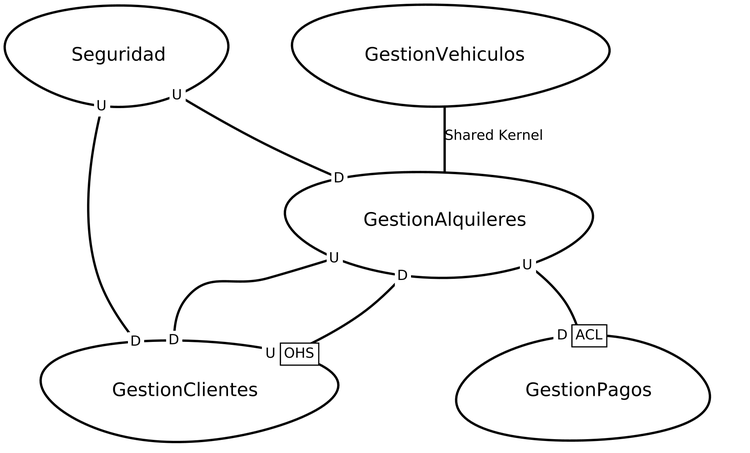
Above: src-gen/systemalquiler_ContextMap.png in Henry-AbantoV/cmAlquiler (Graphviz), before the change. Its source is kept beside it as src-gen/systemalquiler_ContextMap.gv.
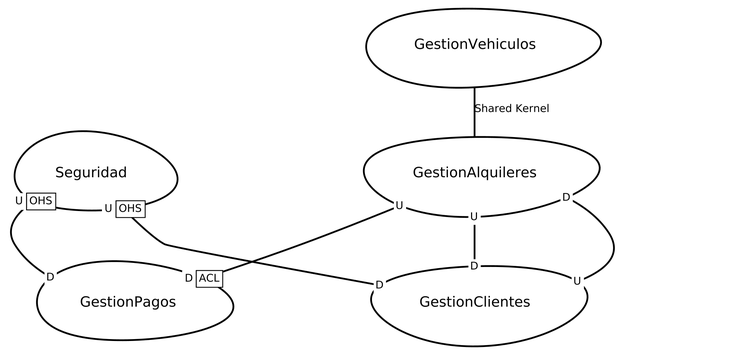
The same file after the commit.

The edit, as a diff of the source:
```diff
@@ -1,34 +1,34 @@
 digraph "ContextMapGraph" {
 graph ["imagepath"="/tmp/GraphvizJava"]
-"GestionAlquileres" ["margin"="0.3","orientation"="238","shape"="egg","fontsize"="16","style"="bold","label"="GestionAlquileres\n","fontname"="sans-serif"]
-"GestionPagos" ["margin"="0.3","orientation"="326","shape"="egg","fontsize"="16","style"="bold","label"="GestionPagos\n","fontname"="sans-serif"]
-"GestionClientes" ["margin"="0.3","orientation"="313","shape"="egg","fontsize"="16","style"="bold","label"="GestionClientes\n","fontname"="sans-serif"]
-"GestionVehiculos" ["margin"="0.3","orientation"="268","shape"="egg","fontsize"="16","style"="bold","label"="GestionVehiculos\n","fontname"="sans-serif"]
-"Seguridad" ["margin"="0.3","orientation"="150","shape"="egg","fontsize"="16","style"="bold","label"="Seguridad\n","fontname"="sans-serif"]
+"GestionAlquileres" ["margin"="0.3","orientation"="156","shape"="egg","fontsize"="16","style"="bold","label"="GestionAlquileres\n","fontname"="sans-serif"]
+"GestionClientes" ["margin"="0.3","orientation"="146","shape"="egg","fontsize"="16","style"="bold","label"="GestionClientes\n","fontname"="sans-serif"]
+"GestionPagos" ["margin"="0.3","orientation"="119","shape"="egg","fontsize"="16","style"="bold","label"="GestionPagos\n","fontname"="sans-serif"]
+"GestionVehiculos" ["margin"="0.3","orientation"="109","shape"="egg","fontsize"="16","style"="bold","label"="GestionVehiculos\n","fontname"="sans-serif"]
+"Seguridad" ["margin"="0.3","orientation"="275","shape"="egg","fontsize"="16","style"="bold","label"="Seguridad\n","fontname"="sans-serif"]
+"GestionAlquileres" -> "GestionClientes" ["headlabel"=<<table cellspacing="0" cellborder="0" border="0">
+<tr><td bgcolor="white">D</td></tr>
+</table>>,"labeldistance"="0","fontsize"="12","taillabel"=<<table cellspacing="0" cellborder="0" border="0">
+<tr><td bgcolor="white">U</td></tr>
+</table>>,"style"="bold","label"="                                        ","dir"="none","fontname"="sans-serif"]
 "GestionAlquileres" -> "GestionPagos" ["headlabel"=<<table cellspacing="0" cellborder="1" border="0">
 <tr><td bgcolor="white" sides="r">D</td><td sides="trbl" bgcolor="white"><font>ACL</font></td></tr>
 </table>>,"labeldistance"="0","fontsize"="12","taillabel"=<<table cellspacing="0" cellborder="0" border="0">
 <tr><td bgcolor="white">U</td></tr>
 </table>>,"style"="bold","label"="                                        ","dir"="none","fontname"="sans-serif"]
-"GestionAlquileres" -> "GestionClientes" ["headlabel"=<<table cellspacing="0" cellborder="0" border="0">
+"GestionClientes" -> "GestionAlquileres" ["headlabel"=<<table cellspacing="0" cellborder="0" border="0">
 <tr><td bgcolor="white">D</td></tr>
 </table>>,"labeldistance"="0","fontsize"="12","taillabel"=<<table cellspacing="0" cellborder="0" border="0">
 <tr><td bgcolor="white">U</td></tr>
 </table>>,"style"="bold","label"="                                        ","dir"="none","fontname"="sans-serif"]
-"GestionClientes" -> "GestionAlquileres" ["headlabel"=<<table cellspacing="0" cellborder="0" border="0">
+"GestionVehiculos" -> "GestionAlquileres" ["fontsize"="12","style"="bold","label"="Shared Kernel","dir"="none","fontname"="sans-serif"]
+"Seguridad" -> "GestionClientes" ["headlabel"=<<table cellspacing="0" cellborder="0" border="0">
 <tr><td bgcolor="white">D</td></tr>
 </table>>,"labeldistance"="0","fontsize"="12","taillabel"=<<table cellspacing="0" cellborder="1" border="0">
 <tr><td bgcolor="white" sides="r">U</td><td sides="trbl" bgcolor="white"><font>OHS</font></td></tr>
 </table>>,"style"="bold","label"="                                        ","dir"="none","fontname"="sans-serif"]
-"GestionVehiculos" -> "GestionAlquileres" ["fontsize"="12","style"="bold","label"="Shared Kernel","dir"="none","fontname"="sans-serif"]
-"Seguridad" -> "GestionClientes" ["headlabel"=<<table cellspacing="0" cellborder="0" border="0">
+"Seguridad" -> "GestionPagos" ["headlabel"=<<table cellspacing="0" cellborder="0" border="0">
 <tr><td bgcolor="white">D</td></tr>
-</table>>,"labeldistance"="0","fontsize"="12","taillabel"=<<table cellspacing="0" cellborder="0" border="0">
-<tr><td bgcolor="white">U</td></tr>
-</table>>,"style"="bold","label"="                                        ","dir"="none","fontname"="sans-serif"]
-"Seguridad" -> "GestionAlquileres" ["headlabel"=<<table cellspacing="0" cellborder="0" border="0">
-<tr><td bgcolor="white">D</td></tr>
-</table>>,"labeldistance"="0","fontsize"="12","taillabel"=<<table cellspacing="0" cellborder="0" border="0">
-<tr><td bgcolor="white">U</td></tr>
+</table>>,"labeldistance"="0","fontsize"="12","taillabel"=<<table cellspacing="0" cellborder="1" border="0">
+<tr><td bgcolor="white" sides="r">U</td><td sides="trbl" bgcolor="white"><font>OHS</font></td></tr>
 </table>>,"style"="bold","label"="                                        ","dir"="none","fontname"="sans-serif"]
 }
```
